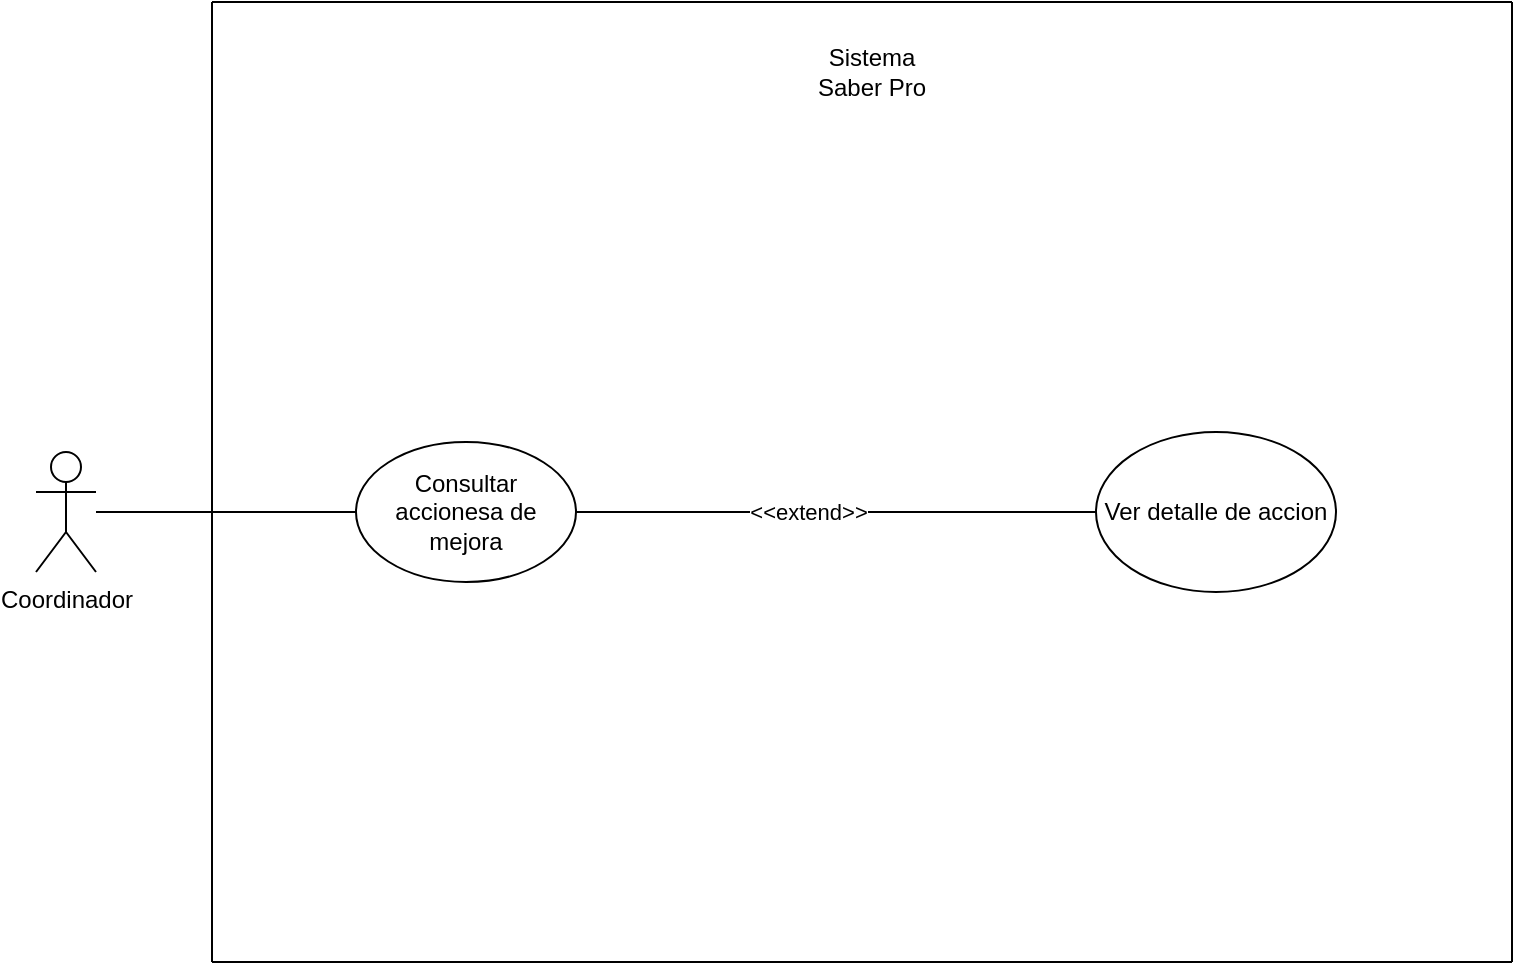
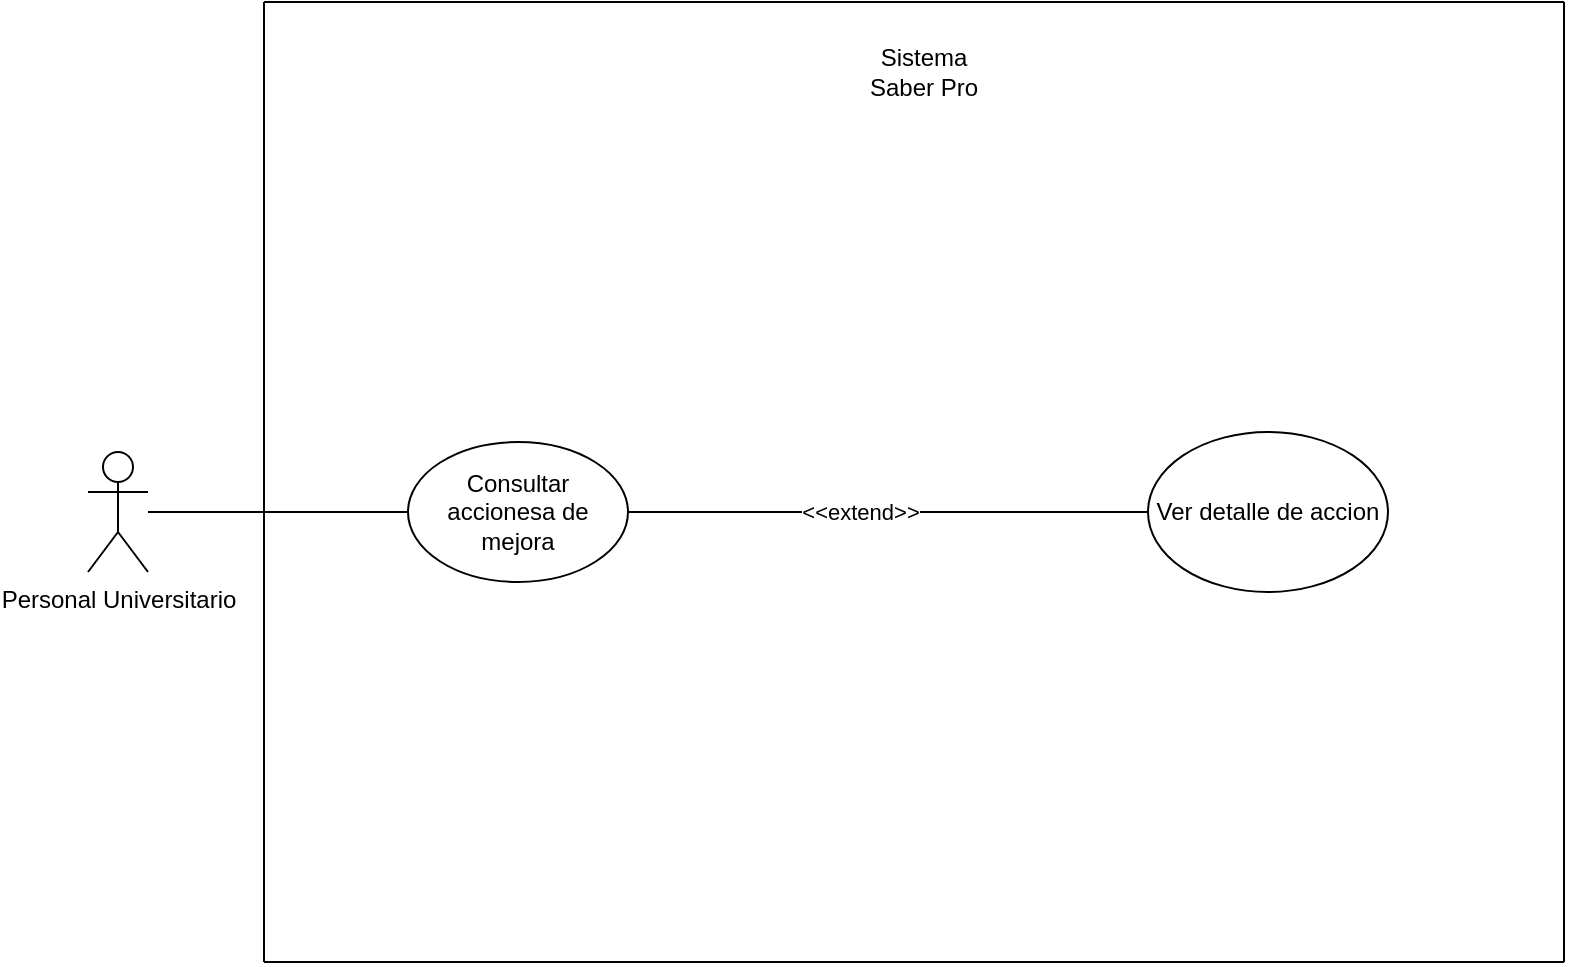
<mxfile host="Electron">
  <diagram name="Página-1" id="rM9PUSU3Cms5Tzq5qycG">
-     <mxGraphModel dx="1518" dy="832" grid="1" gridSize="10" guides="1" tooltips="1" connect="1" arrows="1" fold="1" page="1" pageScale="1" pageWidth="827" pageHeight="1169" math="0" shadow="0">
+     <mxGraphModel dx="2241" dy="841" grid="1" gridSize="10" guides="1" tooltips="1" connect="1" arrows="1" fold="1" page="1" pageScale="1" pageWidth="827" pageHeight="1169" math="0" shadow="0">
      <root>
        <mxCell id="0" />
        <mxCell id="1" parent="0" />
        <mxCell id="Rz3i4WrJuDKpF1sD5oG9-1" edge="1" parent="1" style="endArrow=none;html=1;rounded=0;" value="">
          <mxGeometry height="50" relative="1" width="50" as="geometry">
            <mxPoint x="88" y="100" as="sourcePoint" />
            <mxPoint x="738" y="100" as="targetPoint" />
          </mxGeometry>
        </mxCell>
        <mxCell id="Rz3i4WrJuDKpF1sD5oG9-2" parent="1" style="ellipse;whiteSpace=wrap;html=1;" value="Consultar accionesa de mejora" vertex="1">
          <mxGeometry height="70" width="110" x="160" y="320" as="geometry" />
        </mxCell>
-         <mxCell id="Rz3i4WrJuDKpF1sD5oG9-3" parent="1" style="shape=umlActor;verticalLabelPosition=bottom;verticalAlign=top;html=1;outlineConnect=0;" value="Coordinador" vertex="1">
+         <mxCell id="Rz3i4WrJuDKpF1sD5oG9-3" parent="1" style="shape=umlActor;verticalLabelPosition=bottom;verticalAlign=top;html=1;outlineConnect=0;" value="Personal Universitario" vertex="1">
          <mxGeometry height="60" width="30" y="325" as="geometry" />
        </mxCell>
        <mxCell id="Rz3i4WrJuDKpF1sD5oG9-4" edge="1" parent="1" source="Rz3i4WrJuDKpF1sD5oG9-3" style="endArrow=none;html=1;rounded=0;entryX=0;entryY=0.5;entryDx=0;entryDy=0;" target="Rz3i4WrJuDKpF1sD5oG9-2" value="">
          <mxGeometry height="50" relative="1" width="50" as="geometry">
            <mxPoint x="408" y="430" as="sourcePoint" />
            <mxPoint x="458" y="380" as="targetPoint" />
          </mxGeometry>
        </mxCell>
        <mxCell id="Rz3i4WrJuDKpF1sD5oG9-6" parent="1" style="ellipse;whiteSpace=wrap;html=1;" value="Ver detalle de accion" vertex="1">
          <mxGeometry height="80" width="120" x="530" y="315" as="geometry" />
        </mxCell>
        <mxCell id="Rz3i4WrJuDKpF1sD5oG9-8" edge="1" parent="1" source="Rz3i4WrJuDKpF1sD5oG9-2" style="endArrow=none;html=1;rounded=0;exitX=1;exitY=0.5;exitDx=0;exitDy=0;entryX=0;entryY=0.5;entryDx=0;entryDy=0;" target="Rz3i4WrJuDKpF1sD5oG9-6" value="">
          <mxGeometry height="50" relative="1" width="50" as="geometry">
            <mxPoint x="408" y="430" as="sourcePoint" />
            <mxPoint x="458" y="380" as="targetPoint" />
          </mxGeometry>
        </mxCell>
        <mxCell id="Rz3i4WrJuDKpF1sD5oG9-9" connectable="0" parent="Rz3i4WrJuDKpF1sD5oG9-8" style="edgeLabel;html=1;align=center;verticalAlign=middle;resizable=0;points=[];rotation=0;" value="&amp;lt;&amp;lt;extend&amp;gt;&amp;gt;" vertex="1">
          <mxGeometry relative="1" x="-0.1062" as="geometry">
            <mxPoint as="offset" />
          </mxGeometry>
        </mxCell>
        <mxCell id="Rz3i4WrJuDKpF1sD5oG9-11" edge="1" parent="1" style="endArrow=none;html=1;rounded=0;" value="">
          <mxGeometry height="50" relative="1" width="50" as="geometry">
            <mxPoint x="88" y="580" as="sourcePoint" />
            <mxPoint x="738" y="580" as="targetPoint" />
          </mxGeometry>
        </mxCell>
        <mxCell id="Rz3i4WrJuDKpF1sD5oG9-12" edge="1" parent="1" style="endArrow=none;html=1;rounded=0;" value="">
          <mxGeometry height="50" relative="1" width="50" as="geometry">
            <mxPoint x="738" y="580" as="sourcePoint" />
            <mxPoint x="738" y="100" as="targetPoint" />
          </mxGeometry>
        </mxCell>
        <mxCell id="Rz3i4WrJuDKpF1sD5oG9-13" edge="1" parent="1" style="endArrow=none;html=1;rounded=0;" value="">
          <mxGeometry height="50" relative="1" width="50" as="geometry">
            <mxPoint x="88" y="580" as="sourcePoint" />
            <mxPoint x="88" y="100" as="targetPoint" />
          </mxGeometry>
        </mxCell>
        <mxCell id="Rz3i4WrJuDKpF1sD5oG9-14" parent="1" style="text;html=1;whiteSpace=wrap;strokeColor=none;fillColor=none;align=center;verticalAlign=middle;rounded=0;" value="Sistema Saber Pro" vertex="1">
          <mxGeometry height="30" width="60" x="388" y="120" as="geometry" />
        </mxCell>
      </root>
    </mxGraphModel>
  </diagram>
</mxfile>
